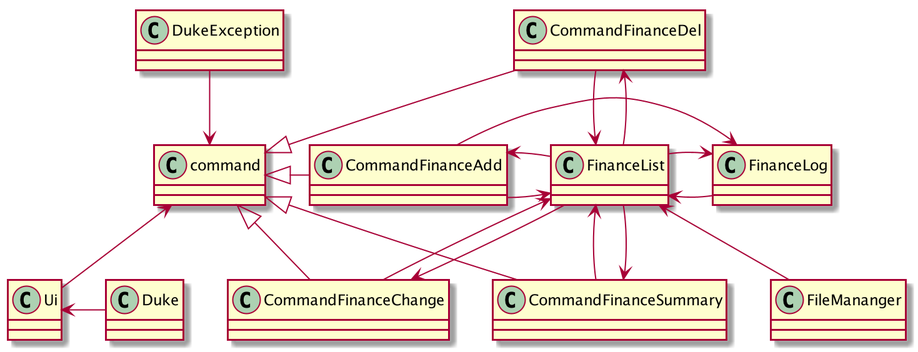
Above: docs/financeDiagramPic/Architecture.png in nus-cs2113-AY2021S1/tp (PlantUML), before the change.
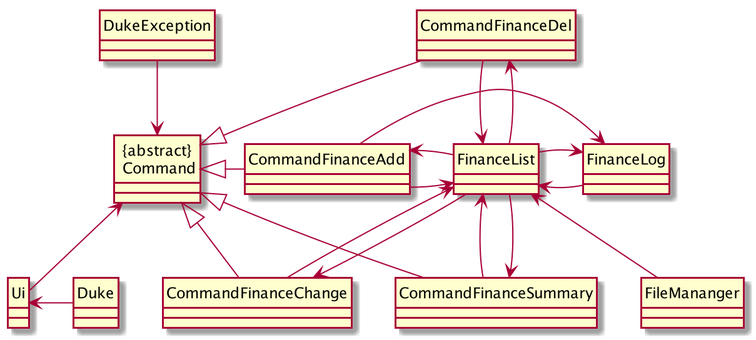
After the commit.

What changed in the source:
```diff
@@ -1,6 +1,6 @@
 @startuml
-
-class command
+hide circle
+class "{abstract}\n Command"
 class CommandFinanceAdd{
 }
 class CommandFinanceDel{
@@ -11,10 +11,10 @@
 }
 class FinanceLog {
 }
-command <|-right-CommandFinanceAdd
-command <|-up-CommandFinanceDel
-command <|-down-CommandFinanceSummary
-command <|-down-CommandFinanceChange
+"{abstract}\n Command" <|-right-CommandFinanceAdd
+"{abstract}\n Command" <|-up-CommandFinanceDel
+"{abstract}\n Command" <|-down-CommandFinanceSummary
+"{abstract}\n Command" <|-down-CommandFinanceChange
 FinanceList <-left-FinanceLog
 FinanceLog <--FinanceList
 FinanceList <-right-CommandFinanceAdd
@@ -29,10 +29,10 @@
 class Ui
 class FileMananger
 FinanceList <-- FileMananger
-command <-- Ui
+"{abstract}\n Command" <-- Ui
 class Duke
 Ui <-left- Duke
 class DukeException
-command <-down- DukeException
+"{abstract}\n Command" <-down- DukeException
 
 @enduml
```
